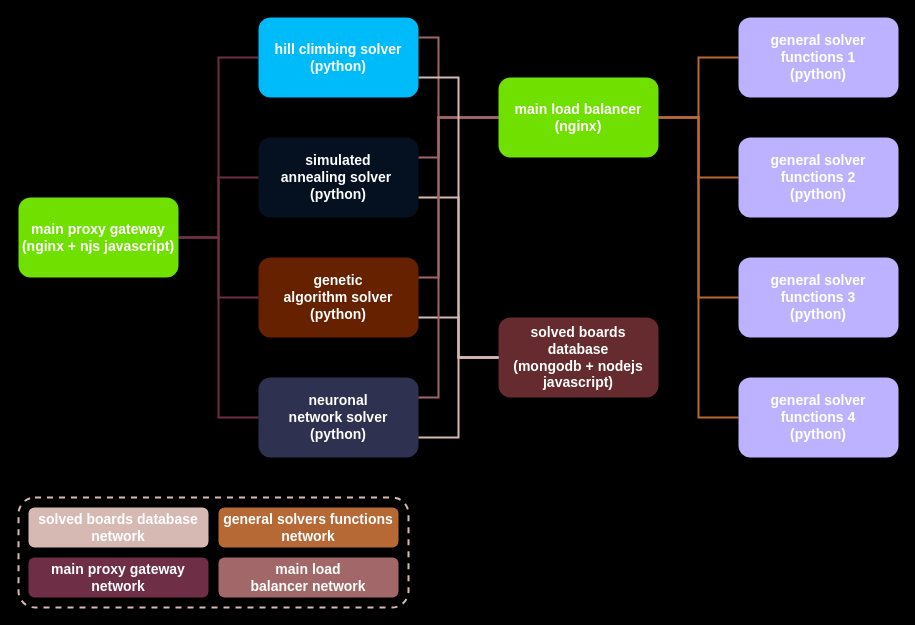
This is images/sudoku_solver.drawio from joseesco24/sudoku_solver, a draw.io file, before an edit. Source tidied: cells renumbered, new cells numbered last; positions are measured from the earlier drawing's top-left corner, leaving out a move shared by most shapes. Both pictures are drawn from the tidied source at 100%, with x=0, y=0 at pixel (18, 17).
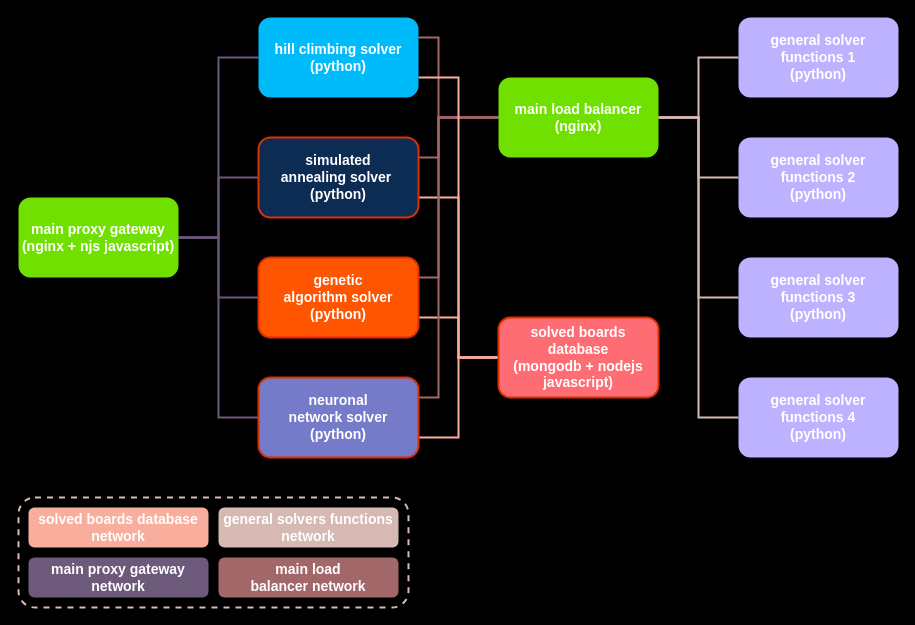
The same page after the edit.

Commit message (it also covers changes not shown here):
mejoras en el esquema de colores de la grafica de arquitectura y resaltado de los modulos que aun no estna implementados

Diff of the diagram source:
```diff
@@
+    <mxCell id="33" style="rounded=1;whiteSpace=wrap;html=1;fillColor=none;strokeWidth=2;strokeColor=#D5B9B2;dashed=1;" parent="1" vertex="1">
+      <mxGeometry y="480" width="390" height="110" as="geometry" />
+    </mxCell>
-    <mxCell id="2" style="edgeStyle=orthogonalEdgeStyle;rounded=0;jettySize=auto;html=1;exitX=1;exitY=0.5;exitDx=0;exitDy=0;entryX=0;entryY=0.5;entryDx=0;entryDy=0;endArrow=none;endFill=0;strokeWidth=2;strokeColor=#6d2e46;" parent="1" edge="1" source="6" target="9">
+    <mxCell id="2" style="edgeStyle=orthogonalEdgeStyle;rounded=0;jettySize=auto;html=1;exitX=1;exitY=0.5;exitDx=0;exitDy=0;entryX=0;entryY=0.5;entryDx=0;entryDy=0;endArrow=none;endFill=0;strokeWidth=2;strokeColor=#6d597a;" parent="1" edge="1" source="6" target="9">
       <mxGeometry relative="1" as="geometry" />
     </mxCell>
-    <mxCell id="3" style="edgeStyle=orthogonalEdgeStyle;rounded=0;jettySize=auto;html=1;exitX=1;exitY=0.5;exitDx=0;exitDy=0;entryX=0;entryY=0.5;entryDx=0;entryDy=0;endArrow=none;endFill=0;strokeWidth=2;strokeColor=#6d2e46;" parent="1" edge="1" source="6" target="12">
+    <mxCell id="3" style="edgeStyle=orthogonalEdgeStyle;rounded=0;jettySize=auto;html=1;exitX=1;exitY=0.5;exitDx=0;exitDy=0;entryX=0;entryY=0.5;entryDx=0;entryDy=0;endArrow=none;endFill=0;strokeWidth=2;strokeColor=#6d597a;" parent="1" edge="1" source="6" target="12">
       <mxGeometry relative="1" as="geometry" />
     </mxCell>
-    <mxCell id="4" style="edgeStyle=orthogonalEdgeStyle;rounded=0;jettySize=auto;html=1;exitX=1;exitY=0.5;exitDx=0;exitDy=0;entryX=0;entryY=0.5;entryDx=0;entryDy=0;endArrow=none;endFill=0;strokeWidth=2;strokeColor=#6d2e46;" parent="1" edge="1" source="6" target="18">
+    <mxCell id="4" style="edgeStyle=orthogonalEdgeStyle;rounded=0;jettySize=auto;html=1;exitX=1;exitY=0.5;exitDx=0;exitDy=0;entryX=0;entryY=0.5;entryDx=0;entryDy=0;endArrow=none;endFill=0;strokeWidth=2;strokeColor=#6d597a;" parent="1" edge="1" source="6" target="18">
       <mxGeometry relative="1" as="geometry" />
     </mxCell>
-    <mxCell id="5" style="edgeStyle=orthogonalEdgeStyle;rounded=0;jettySize=auto;html=1;exitX=1;exitY=0.5;exitDx=0;exitDy=0;entryX=0;entryY=0.5;entryDx=0;entryDy=0;endArrow=none;endFill=0;strokeWidth=2;strokeColor=#6d2e46;" parent="1" edge="1" source="6" target="15">
+    <mxCell id="5" style="edgeStyle=orthogonalEdgeStyle;rounded=0;jettySize=auto;html=1;exitX=1;exitY=0.5;exitDx=0;exitDy=0;entryX=0;entryY=0.5;entryDx=0;entryDy=0;endArrow=none;endFill=0;strokeWidth=2;strokeColor=#6d597a;" parent="1" edge="1" source="6" target="15">
       <mxGeometry relative="1" as="geometry" />
     </mxCell>
-    <mxCell id="6" value="&lt;b&gt;&lt;font color=&quot;#ffffff&quot; style=&quot;font-size: 14px&quot;&gt;main proxy gateway&lt;br&gt;(nginx + njs javascript)&lt;br&gt;&lt;/font&gt;&lt;/b&gt;" style="rounded=1;whiteSpace=wrap;html=1;strokeWidth=2;strokeColor=none;fillColor=#70e000;" parent="1" vertex="1">
+    <mxCell id="6" value="&lt;b&gt;&lt;font color=&quot;#ffffff&quot; style=&quot;font-size: 14px&quot;&gt;main proxy gateway&lt;br&gt;(nginx + njs javascript)&lt;br&gt;&lt;/font&gt;&lt;/b&gt;" style="rounded=1;whiteSpace=wrap;html=1;strokeWidth=2;fillColor=#70e000;strokeColor=none;" parent="1" vertex="1">
       <mxGeometry y="180" width="160" height="80" as="geometry" />
     </mxCell>
@@
-    <mxCell id="8" style="edgeStyle=orthogonalEdgeStyle;rounded=0;jettySize=auto;html=1;exitX=1;exitY=0.75;exitDx=0;exitDy=0;endArrow=none;endFill=0;strokeWidth=2;entryX=0;entryY=0.5;entryDx=0;entryDy=0;strokeColor=#d5b9b2;" parent="1" edge="1" source="9" target="24">
+    <mxCell id="8" style="edgeStyle=orthogonalEdgeStyle;rounded=0;jettySize=auto;html=1;exitX=1;exitY=0.75;exitDx=0;exitDy=0;endArrow=none;endFill=0;strokeWidth=2;entryX=0;entryY=0.5;entryDx=0;entryDy=0;strokeColor=#F8AD9D;" parent="1" edge="1" source="9" target="24">
       <mxGeometry relative="1" as="geometry" />
     </mxCell>
-    <mxCell id="9" value="&lt;b&gt;&lt;font color=&quot;#ffffff&quot;&gt;&lt;span style=&quot;font-size: 14px&quot;&gt;simulated annealing&amp;nbsp;solver&amp;nbsp;&lt;br&gt;&lt;/span&gt;&lt;/font&gt;&lt;span style=&quot;color: rgb(255 , 255 , 255) ; font-size: 14px&quot;&gt;(python)&lt;/span&gt;&lt;/b&gt;" style="rounded=1;whiteSpace=wrap;html=1;strokeWidth=2;fillColor=#0d2c54;opacity=40;strokeColor=none;" parent="1" vertex="1">
+    <mxCell id="9" value="&lt;b&gt;&lt;font color=&quot;#ffffff&quot;&gt;&lt;span style=&quot;font-size: 14px&quot;&gt;simulated annealing&amp;nbsp;solver&amp;nbsp;&lt;br&gt;&lt;/span&gt;&lt;/font&gt;&lt;span style=&quot;color: rgb(255 , 255 , 255) ; font-size: 14px&quot;&gt;(python)&lt;/span&gt;&lt;/b&gt;" style="rounded=1;whiteSpace=wrap;html=1;strokeWidth=2;fillColor=#0d2c54;strokeColor=#dc2f02;" parent="1" vertex="1">
       <mxGeometry x="240" y="120" width="160" height="80" as="geometry" />
     </mxCell>
@@
-    <mxCell id="11" style="edgeStyle=orthogonalEdgeStyle;rounded=0;jettySize=auto;html=1;exitX=1;exitY=0.75;exitDx=0;exitDy=0;entryX=0;entryY=0.5;entryDx=0;entryDy=0;endArrow=none;endFill=0;strokeWidth=2;strokeColor=#d5b9b2;" parent="1" edge="1" source="12" target="24">
+    <mxCell id="11" style="edgeStyle=orthogonalEdgeStyle;rounded=0;jettySize=auto;html=1;exitX=1;exitY=0.75;exitDx=0;exitDy=0;entryX=0;entryY=0.5;entryDx=0;entryDy=0;endArrow=none;endFill=0;strokeWidth=2;strokeColor=#F8AD9D;" parent="1" edge="1" source="12" target="24">
       <mxGeometry relative="1" as="geometry" />
     </mxCell>
-    <mxCell id="12" value="&lt;font color=&quot;#ffffff&quot;&gt;&lt;span style=&quot;font-size: 14px&quot;&gt;&lt;b&gt;genetic algorithm&amp;nbsp;solver (python)&lt;/b&gt;&lt;/span&gt;&lt;/font&gt;" style="rounded=1;whiteSpace=wrap;html=1;strokeWidth=2;strokeColor=none;fillColor=#ff5400;opacity=40;" parent="1" vertex="1">
+    <mxCell id="12" value="&lt;font color=&quot;#ffffff&quot;&gt;&lt;span style=&quot;font-size: 14px&quot;&gt;&lt;b&gt;genetic algorithm&amp;nbsp;solver (python)&lt;/b&gt;&lt;/span&gt;&lt;/font&gt;" style="rounded=1;whiteSpace=wrap;html=1;strokeWidth=2;fillColor=#ff5400;strokeColor=#dc2f02;" parent="1" vertex="1">
       <mxGeometry x="240" y="240" width="160" height="80" as="geometry" />
     </mxCell>
-    <mxCell id="13" style="edgeStyle=orthogonalEdgeStyle;rounded=0;jettySize=auto;html=1;exitX=1;exitY=0.25;exitDx=0;exitDy=0;entryX=0;entryY=0.5;entryDx=0;entryDy=0;endArrow=none;endFill=0;strokeWidth=2;strokeColor=#a26769;" parent="1" edge="1" source="15" target="23">
+    <mxCell id="13" style="edgeStyle=orthogonalEdgeStyle;rounded=0;jettySize=auto;html=1;exitX=1;exitY=0.25;exitDx=0;exitDy=0;entryX=0;entryY=0.5;entryDx=0;entryDy=0;endArrow=none;endFill=0;strokeWidth=2;strokeColor=#A26769;" parent="1" edge="1" source="15" target="23">
       <mxGeometry relative="1" as="geometry">
         <Array as="points">
           <mxPoint x="420" y="380" />
           <mxPoint x="420" y="100" />
         </Array>
       </mxGeometry>
     </mxCell>
-    <mxCell id="14" style="edgeStyle=orthogonalEdgeStyle;rounded=0;jettySize=auto;html=1;exitX=1;exitY=0.75;exitDx=0;exitDy=0;entryX=0;entryY=0.5;entryDx=0;entryDy=0;endArrow=none;endFill=0;strokeWidth=2;strokeColor=#d5b9b2;" parent="1" edge="1" source="15" target="24">
+    <mxCell id="14" style="edgeStyle=orthogonalEdgeStyle;rounded=0;jettySize=auto;html=1;exitX=1;exitY=0.75;exitDx=0;exitDy=0;entryX=0;entryY=0.5;entryDx=0;entryDy=0;endArrow=none;endFill=0;strokeWidth=2;strokeColor=#F8AD9D;" parent="1" edge="1" source="15" target="24">
       <mxGeometry relative="1" as="geometry" />
     </mxCell>
-    <mxCell id="15" value="&lt;font color=&quot;#ffffff&quot;&gt;&lt;span style=&quot;font-size: 14px&quot;&gt;&lt;b&gt;neuronal network&amp;nbsp;solver (python)&lt;/b&gt;&lt;/span&gt;&lt;/font&gt;" style="rounded=1;whiteSpace=wrap;html=1;strokeWidth=2;strokeColor=none;fillColor=#757bc8;opacity=40;" parent="1" vertex="1">
+    <mxCell id="15" value="&lt;font color=&quot;#ffffff&quot;&gt;&lt;span style=&quot;font-size: 14px&quot;&gt;&lt;b&gt;neuronal network&amp;nbsp;solver (python)&lt;/b&gt;&lt;/span&gt;&lt;/font&gt;" style="rounded=1;whiteSpace=wrap;html=1;strokeWidth=2;fillColor=#757bc8;strokeColor=#dc2f02;" parent="1" vertex="1">
       <mxGeometry x="240" y="360" width="160" height="80" as="geometry" />
     </mxCell>
@@
-    <mxCell id="17" style="edgeStyle=orthogonalEdgeStyle;rounded=0;jettySize=auto;html=1;exitX=1;exitY=0.75;exitDx=0;exitDy=0;entryX=0;entryY=0.5;entryDx=0;entryDy=0;endArrow=none;endFill=0;strokeWidth=2;strokeColor=#d5b9b2;" parent="1" edge="1" source="18" target="24">
+    <mxCell id="17" style="edgeStyle=orthogonalEdgeStyle;rounded=0;jettySize=auto;html=1;exitX=1;exitY=0.75;exitDx=0;exitDy=0;entryX=0;entryY=0.5;entryDx=0;entryDy=0;endArrow=none;endFill=0;strokeWidth=2;strokeColor=#F8AD9D;" parent="1" edge="1" source="18" target="24">
       <mxGeometry relative="1" as="geometry" />
     </mxCell>
-    <mxCell id="18" value="&lt;font color=&quot;#ffffff&quot; style=&quot;font-size: 14px&quot;&gt;&lt;b&gt;hill climbing solver (python)&lt;/b&gt;&lt;br&gt;&lt;/font&gt;" style="rounded=1;whiteSpace=wrap;html=1;strokeWidth=2;strokeColor=none;fillColor=#00bbf9;" parent="1" vertex="1">
+    <mxCell id="18" value="&lt;font color=&quot;#ffffff&quot; style=&quot;font-size: 14px&quot;&gt;&lt;b&gt;hill climbing solver (python)&lt;/b&gt;&lt;br&gt;&lt;/font&gt;" style="rounded=1;whiteSpace=wrap;html=1;strokeWidth=2;fillColor=#00bbf9;strokeColor=none;" parent="1" vertex="1">
       <mxGeometry x="240" width="160" height="80" as="geometry" />
     </mxCell>
-    <mxCell id="19" style="edgeStyle=orthogonalEdgeStyle;rounded=0;jettySize=auto;html=1;exitX=1;exitY=0.5;exitDx=0;exitDy=0;entryX=0;entryY=0.5;entryDx=0;entryDy=0;endArrow=none;endFill=0;strokeWidth=2;strokeColor=#b76935;" parent="1" edge="1" source="23" target="25">
+    <mxCell id="19" style="edgeStyle=orthogonalEdgeStyle;rounded=0;jettySize=auto;html=1;exitX=1;exitY=0.5;exitDx=0;exitDy=0;entryX=0;entryY=0.5;entryDx=0;entryDy=0;endArrow=none;endFill=0;strokeWidth=2;strokeColor=#D5B9B2;" parent="1" edge="1" source="23" target="25">
       <mxGeometry relative="1" as="geometry" />
     </mxCell>
-    <mxCell id="20" style="edgeStyle=orthogonalEdgeStyle;rounded=0;jettySize=auto;html=1;exitX=1;exitY=0.5;exitDx=0;exitDy=0;entryX=0;entryY=0.5;entryDx=0;entryDy=0;endArrow=none;endFill=0;strokeWidth=2;strokeColor=#b76935;" parent="1" edge="1" source="23" target="26">
+    <mxCell id="20" style="edgeStyle=orthogonalEdgeStyle;rounded=0;jettySize=auto;html=1;exitX=1;exitY=0.5;exitDx=0;exitDy=0;entryX=0;entryY=0.5;entryDx=0;entryDy=0;endArrow=none;endFill=0;strokeWidth=2;strokeColor=#D5B9B2;" parent="1" edge="1" source="23" target="26">
       <mxGeometry relative="1" as="geometry" />
     </mxCell>
-    <mxCell id="21" style="edgeStyle=orthogonalEdgeStyle;rounded=0;jettySize=auto;html=1;exitX=1;exitY=0.5;exitDx=0;exitDy=0;entryX=0;entryY=0.5;entryDx=0;entryDy=0;endArrow=none;endFill=0;strokeWidth=2;strokeColor=#b76935;" parent="1" edge="1" source="23" target="27">
+    <mxCell id="21" style="edgeStyle=orthogonalEdgeStyle;rounded=0;jettySize=auto;html=1;exitX=1;exitY=0.5;exitDx=0;exitDy=0;entryX=0;entryY=0.5;entryDx=0;entryDy=0;endArrow=none;endFill=0;strokeWidth=2;strokeColor=#D5B9B2;" parent="1" edge="1" source="23" target="27">
       <mxGeometry relative="1" as="geometry" />
     </mxCell>
-    <mxCell id="22" style="edgeStyle=orthogonalEdgeStyle;rounded=0;jettySize=auto;html=1;exitX=1;exitY=0.5;exitDx=0;exitDy=0;entryX=0;entryY=0.5;entryDx=0;entryDy=0;endArrow=none;endFill=0;strokeWidth=2;strokeColor=#b76935;" parent="1" edge="1" source="23" target="28">
+    <mxCell id="22" style="edgeStyle=orthogonalEdgeStyle;rounded=0;jettySize=auto;html=1;exitX=1;exitY=0.5;exitDx=0;exitDy=0;entryX=0;entryY=0.5;entryDx=0;entryDy=0;endArrow=none;endFill=0;strokeWidth=2;strokeColor=#D5B9B2;" parent="1" edge="1" source="23" target="28">
       <mxGeometry relative="1" as="geometry" />
     </mxCell>
-    <mxCell id="23" value="&lt;font style=&quot;font-size: 14px&quot; color=&quot;#ffffff&quot;&gt;&lt;b&gt;main load balancer&lt;br&gt;(nginx)&lt;br&gt;&lt;/b&gt;&lt;/font&gt;" style="rounded=1;whiteSpace=wrap;html=1;strokeWidth=2;strokeColor=none;fillColor=#70e000;" parent="1" vertex="1">
+    <mxCell id="23" value="&lt;font style=&quot;font-size: 14px&quot; color=&quot;#ffffff&quot;&gt;&lt;b&gt;main load balancer&lt;br&gt;(nginx)&lt;br&gt;&lt;/b&gt;&lt;/font&gt;" style="rounded=1;whiteSpace=wrap;html=1;strokeWidth=2;fillColor=#70e000;strokeColor=none;" parent="1" vertex="1">
       <mxGeometry x="480" y="60" width="160" height="80" as="geometry" />
     </mxCell>
-    <mxCell id="24" value="&lt;font color=&quot;#ffffff&quot;&gt;&lt;span style=&quot;font-size: 14px&quot;&gt;&lt;b&gt;solved boards database &lt;br&gt;(mongodb + nodejs javascript)&lt;/b&gt;&lt;/span&gt;&lt;/font&gt;" style="rounded=1;whiteSpace=wrap;html=1;strokeWidth=2;strokeColor=none;glass=0;shadow=0;sketch=0;fillColor=#fe6d73;opacity=40;" parent="1" vertex="1">
+    <mxCell id="24" value="&lt;font color=&quot;#ffffff&quot;&gt;&lt;span style=&quot;font-size: 14px&quot;&gt;&lt;b&gt;solved boards database &lt;br&gt;(mongodb + nodejs javascript)&lt;/b&gt;&lt;/span&gt;&lt;/font&gt;" style="rounded=1;whiteSpace=wrap;html=1;strokeWidth=2;glass=0;shadow=0;sketch=0;fillColor=#fe6d73;strokeColor=#dc2f02;" parent="1" vertex="1">
       <mxGeometry x="480" y="300" width="160" height="80" as="geometry" />
     </mxCell>
-    <mxCell id="25" value="&lt;b style=&quot;font-size: 14px&quot;&gt;&lt;font color=&quot;#ffffff&quot; style=&quot;font-size: 14px&quot;&gt;general solver functions 1&lt;br&gt;(python)&lt;/font&gt;&lt;/b&gt;" style="rounded=1;whiteSpace=wrap;html=1;strokeWidth=2;strokeColor=none;fillColor=#bdb2ff;" parent="1" vertex="1">
+    <mxCell id="25" value="&lt;b style=&quot;font-size: 14px&quot;&gt;&lt;font color=&quot;#ffffff&quot; style=&quot;font-size: 14px&quot;&gt;general solver functions 1&lt;br&gt;(python)&lt;/font&gt;&lt;/b&gt;" style="rounded=1;whiteSpace=wrap;html=1;strokeWidth=2;fillColor=#bdb2ff;strokeColor=none;" parent="1" vertex="1">
       <mxGeometry x="720" width="160" height="80" as="geometry" />
     </mxCell>
-    <mxCell id="26" value="&lt;b style=&quot;font-size: 14px&quot;&gt;&lt;font color=&quot;#ffffff&quot;&gt;general solver functions 2&lt;br&gt;(python)&lt;/font&gt;&lt;/b&gt;" style="rounded=1;whiteSpace=wrap;html=1;strokeWidth=2;strokeColor=none;fillColor=#bdb2ff;" parent="1" vertex="1">
+    <mxCell id="26" value="&lt;b style=&quot;font-size: 14px&quot;&gt;&lt;font color=&quot;#ffffff&quot;&gt;general solver functions 2&lt;br&gt;(python)&lt;/font&gt;&lt;/b&gt;" style="rounded=1;whiteSpace=wrap;html=1;strokeWidth=2;fillColor=#bdb2ff;strokeColor=none;" parent="1" vertex="1">
       <mxGeometry x="720" y="120" width="160" height="80" as="geometry" />
     </mxCell>
-    <mxCell id="27" value="&lt;b style=&quot;font-size: 14px&quot;&gt;&lt;font color=&quot;#ffffff&quot;&gt;general solver functions 3&lt;br&gt;(python)&lt;/font&gt;&lt;/b&gt;" style="rounded=1;whiteSpace=wrap;html=1;strokeWidth=2;strokeColor=none;fillColor=#bdb2ff;" parent="1" vertex="1">
+    <mxCell id="27" value="&lt;b style=&quot;font-size: 14px&quot;&gt;&lt;font color=&quot;#ffffff&quot;&gt;general solver functions 3&lt;br&gt;(python)&lt;/font&gt;&lt;/b&gt;" style="rounded=1;whiteSpace=wrap;html=1;strokeWidth=2;fillColor=#bdb2ff;strokeColor=none;" parent="1" vertex="1">
       <mxGeometry x="720" y="240" width="160" height="80" as="geometry" />
     </mxCell>
-    <mxCell id="28" value="&lt;b style=&quot;font-size: 14px&quot;&gt;&lt;font color=&quot;#ffffff&quot;&gt;general solver functions 4&lt;br&gt;(python)&lt;/font&gt;&lt;/b&gt;" style="rounded=1;whiteSpace=wrap;html=1;strokeWidth=2;strokeColor=none;fillColor=#bdb2ff;" parent="1" vertex="1">
+    <mxCell id="28" value="&lt;b style=&quot;font-size: 14px&quot;&gt;&lt;font color=&quot;#ffffff&quot;&gt;general solver functions 4&lt;br&gt;(python)&lt;/font&gt;&lt;/b&gt;" style="rounded=1;whiteSpace=wrap;html=1;strokeWidth=2;fillColor=#bdb2ff;strokeColor=none;" parent="1" vertex="1">
       <mxGeometry x="720" y="360" width="160" height="80" as="geometry" />
     </mxCell>
-    <mxCell id="29" value="&lt;b&gt;&lt;font style=&quot;font-size: 14px&quot;&gt;main proxy gateway network&lt;/font&gt;&lt;/b&gt;" style="text;html=1;strokeColor=none;align=center;verticalAlign=middle;whiteSpace=wrap;rounded=1;shadow=0;glass=0;sketch=0;fontColor=#FFFFFF;fillColor=#6D2E46;" parent="1" vertex="1">
+    <mxCell id="29" value="&lt;b&gt;&lt;font style=&quot;font-size: 14px&quot;&gt;main proxy gateway network&lt;/font&gt;&lt;/b&gt;" style="text;html=1;strokeColor=none;align=center;verticalAlign=middle;whiteSpace=wrap;rounded=1;shadow=0;glass=0;sketch=0;fontColor=#FFFFFF;fillColor=#6d597a;" parent="1" vertex="1">
       <mxGeometry x="10" y="540" width="180" height="40" as="geometry" />
     </mxCell>
-    <mxCell id="30" value="&lt;font&gt;&lt;span style=&quot;font-size: 14px&quot;&gt;&lt;b&gt;solved boards database network&lt;/b&gt;&lt;/span&gt;&lt;/font&gt;" style="text;html=1;strokeColor=none;align=center;verticalAlign=middle;whiteSpace=wrap;rounded=1;shadow=0;glass=0;sketch=0;fontColor=#FFFFFF;fillColor=#D5B9B2;" parent="1" vertex="1">
+    <mxCell id="30" value="&lt;font&gt;&lt;span style=&quot;font-size: 14px&quot;&gt;&lt;b&gt;solved boards database network&lt;/b&gt;&lt;/span&gt;&lt;/font&gt;" style="text;html=1;strokeColor=none;align=center;verticalAlign=middle;whiteSpace=wrap;rounded=1;shadow=0;glass=0;sketch=0;fontColor=#FFFFFF;fillColor=#F8AD9D;" parent="1" vertex="1">
       <mxGeometry x="10" y="490" width="180" height="40" as="geometry" />
     </mxCell>
@@
-    <mxCell id="32" value="&lt;span style=&quot;font-size: 14px&quot;&gt;&lt;b&gt;general solvers functions network&lt;/b&gt;&lt;/span&gt;" style="text;html=1;strokeColor=none;align=center;verticalAlign=middle;whiteSpace=wrap;rounded=1;shadow=0;glass=0;sketch=0;fontColor=#FFFFFF;fillColor=#B76935;" parent="1" vertex="1">
+    <mxCell id="32" value="&lt;span style=&quot;font-size: 14px&quot;&gt;&lt;b&gt;general solvers functions network&lt;/b&gt;&lt;/span&gt;" style="text;html=1;strokeColor=none;align=center;verticalAlign=middle;whiteSpace=wrap;rounded=1;shadow=0;glass=0;sketch=0;fontColor=#FFFFFF;fillColor=#D5B9B2;" parent="1" vertex="1">
       <mxGeometry x="200" y="490" width="180" height="40" as="geometry" />
     </mxCell>
-    <mxCell id="33" style="rounded=1;whiteSpace=wrap;html=1;fillColor=none;strokeWidth=2;strokeColor=#D5B9B2;dashed=1;" parent="1" vertex="1">
-      <mxGeometry y="480" width="390" height="110" as="geometry" />
-    </mxCell>
```
